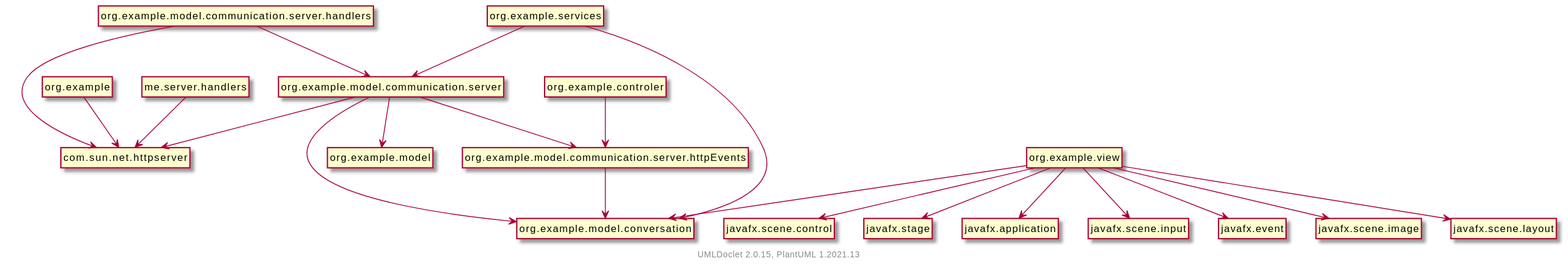
This is javadoc/package-dependencies.svg from joelimgu/POO_COO_4IR, a PlantUML export, as it was before one commit. The source it was exported from:
```plantuml
@startuml
    set namespaceSeparator none
    hide circle
    hide empty fields
    hide empty methods

    me.server.handlers --> com.sun.net.httpserver
    org.example --> com.sun.net.httpserver
    org.example.services --> org.example.model.conversation
    org.example.services --> org.example.model.communication.server
    org.example.controler --> org.example.model.communication.server.httpEvents
    org.example.view --> javafx.scene.layout
    org.example.view --> javafx.scene.control
    org.example.view --> javafx.stage
    org.example.view --> javafx.application
    org.example.view --> javafx.scene.input
    org.example.view --> org.example.model.conversation
    org.example.view --> javafx.event
    org.example.view --> javafx.scene.image
    org.example.model.communication.server.httpEvents --> org.example.model.conversation
    org.example.model.communication.server.handlers --> com.sun.net.httpserver
    org.example.model.communication.server.handlers --> org.example.model.communication.server
    org.example.model.communication.server --> org.example.model
    org.example.model.communication.server --> org.example.model.conversation
    org.example.model.communication.server --> com.sun.net.httpserver
    org.example.model.communication.server --> org.example.model.communication.server.httpEvents

    class "me.server.handlers" [[me/server/handlers/package-summary.html]] {
    }
    class "org.example" [[org/example/package-summary.html]] {
    }
    class "org.example.services" [[org/example/services/package-summary.html]] {
    }
    class "org.example.model.conversation" [[org/example/model/conversation/package-summary.html]] {
    }
    class "org.example.model.communication.server" [[org/example/model/communication/server/package-summary.html]] {
    }
    class "org.example.controler" [[org/example/controler/package-summary.html]] {
    }
    class "org.example.model.communication.server.httpEvents" [[org/example/model/communication/server/httpEvents/package-summary.html]] {
    }
    class "org.example.view" [[org/example/view/package-summary.html]] {
    }
    class "org.example.model.communication.server.handlers" [[org/example/model/communication/server/handlers/package-summary.html]] {
    }
    class "org.example.model" [[org/example/model/package-summary.html]] {
    }

    center footer UMLDoclet 2.0.15, PlantUML 1.2021.13
@enduml
```
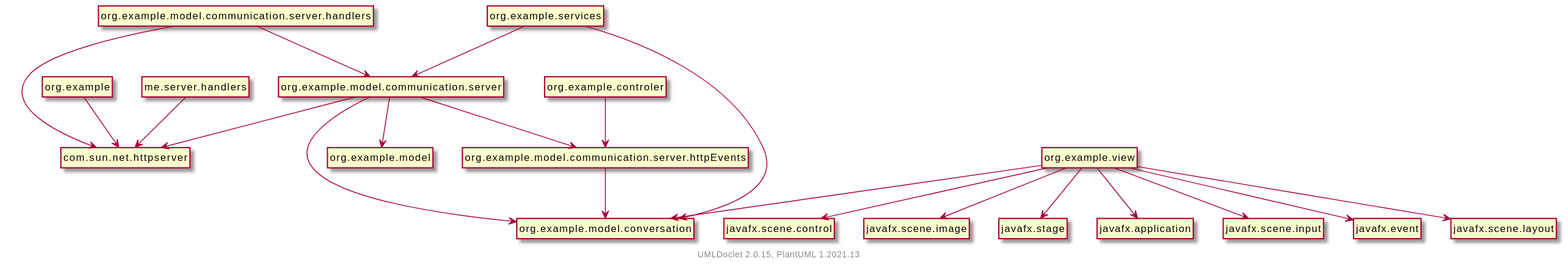
The same file after the commit.

Diff of the diagram source:
```diff
@@ -11,12 +11,12 @@
     org.example.controler --> org.example.model.communication.server.httpEvents
     org.example.view --> javafx.scene.layout
     org.example.view --> javafx.scene.control
+    org.example.view --> javafx.scene.image
     org.example.view --> javafx.stage
     org.example.view --> javafx.application
     org.example.view --> javafx.scene.input
     org.example.view --> org.example.model.conversation
     org.example.view --> javafx.event
-    org.example.view --> javafx.scene.image
     org.example.model.communication.server.httpEvents --> org.example.model.conversation
     org.example.model.communication.server.handlers --> com.sun.net.httpserver
     org.example.model.communication.server.handlers --> org.example.model.communication.server
```
